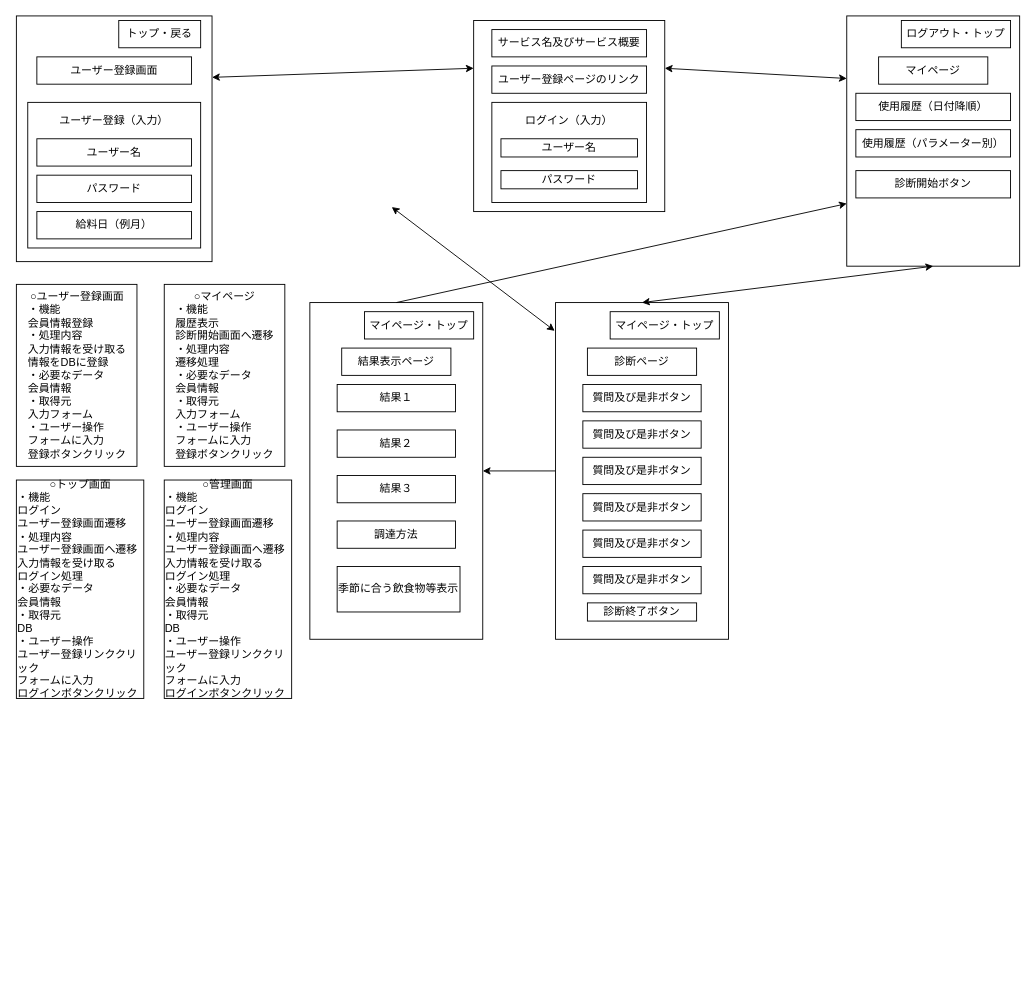
The draw.io diagram page "機能設計と紐付け" (2 of 2) of Untitled Diagram.drawio in da-chi-code/LSpair, before the edit. Source tidied: cells renumbered, new cells numbered last; positions are measured from the earlier drawing's top-left corner, leaving out a move shared by most shapes. Both pictures are drawn from the tidied source at 91%, with x=0, y=0 at pixel (16, 15).
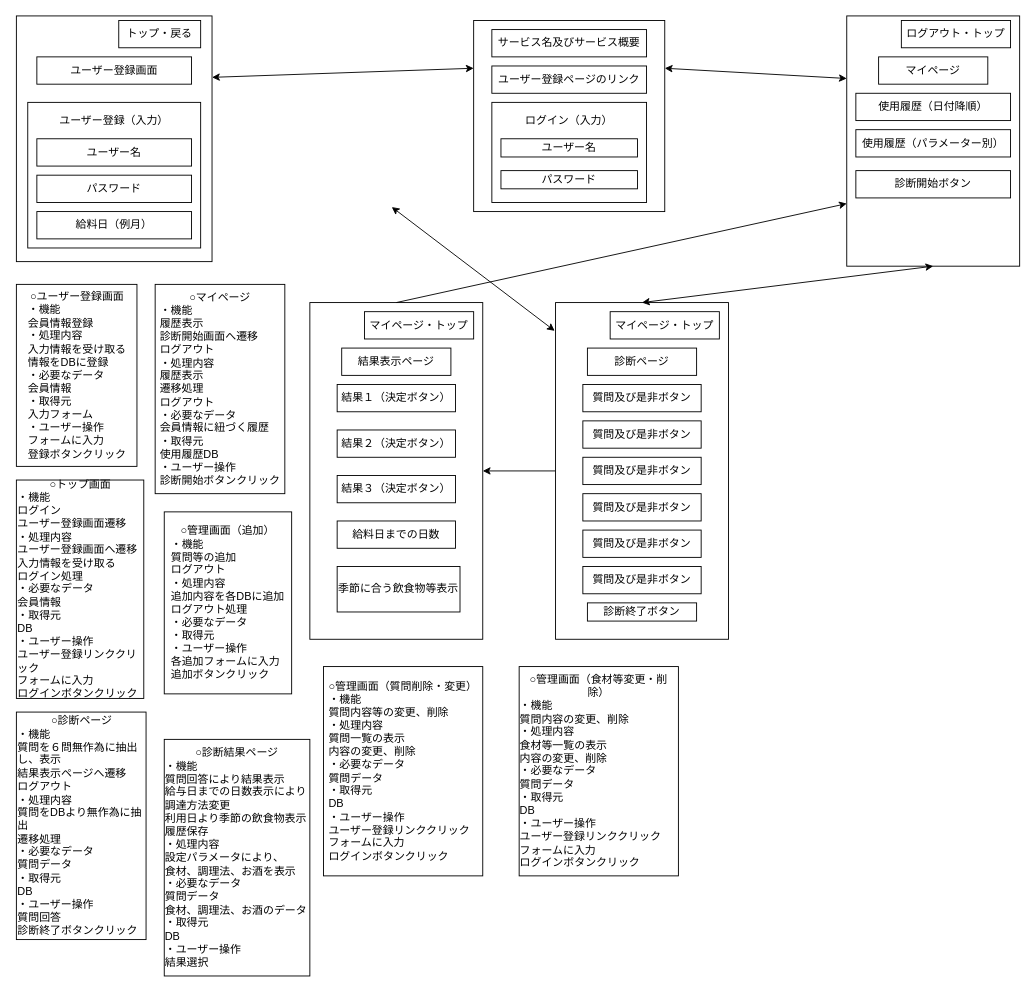
After the change.

Diff of the diagram source:
```diff
@@
-    <mxCell id="41" value="結果１" style="rounded=0;whiteSpace=wrap;html=1;" parent="1" vertex="1">
+    <mxCell id="41" value="結果１（決定ボタン）" style="rounded=0;whiteSpace=wrap;html=1;" parent="1" vertex="1">
       <mxGeometry x="352" y="405" width="130" height="30" as="geometry" />
     </mxCell>
-    <mxCell id="42" value="結果２" style="rounded=0;whiteSpace=wrap;html=1;" parent="1" vertex="1">
+    <mxCell id="42" value="結果２（決定ボタン）" style="rounded=0;whiteSpace=wrap;html=1;" parent="1" vertex="1">
       <mxGeometry x="352" y="455" width="130" height="30" as="geometry" />
     </mxCell>
-    <mxCell id="43" value="結果３" style="rounded=0;whiteSpace=wrap;html=1;" parent="1" vertex="1">
+    <mxCell id="43" value="結果３（決定ボタン）" style="rounded=0;whiteSpace=wrap;html=1;" parent="1" vertex="1">
       <mxGeometry x="352" y="505" width="130" height="30" as="geometry" />
     </mxCell>
-    <mxCell id="44" value="調達方法" style="rounded=0;whiteSpace=wrap;html=1;" parent="1" vertex="1">
+    <mxCell id="44" value="給料日までの日数" style="rounded=0;whiteSpace=wrap;html=1;" parent="1" vertex="1">
       <mxGeometry x="352" y="555" width="130" height="30" as="geometry" />
     </mxCell>
@@
-    <mxCell id="49" value="○マイページ&lt;br&gt;&lt;div style=&quot;text-align: left&quot;&gt;&lt;span&gt;・機能&lt;/span&gt;&lt;/div&gt;&lt;div style=&quot;text-align: left&quot;&gt;履歴表示&lt;/div&gt;&lt;div style=&quot;text-align: left&quot;&gt;診断開始画面へ遷移&lt;/div&gt;&lt;div style=&quot;text-align: left&quot;&gt;&lt;span&gt;・処理内容&lt;/span&gt;&lt;/div&gt;&lt;div style=&quot;text-align: left&quot;&gt;遷移処理&lt;/div&gt;&lt;div style=&quot;text-align: left&quot;&gt;・必要なデータ&lt;/div&gt;&lt;div style=&quot;text-align: left&quot;&gt;会員情報&lt;/div&gt;&lt;div style=&quot;text-align: left&quot;&gt;・取得元&lt;/div&gt;&lt;div style=&quot;text-align: left&quot;&gt;入力フォーム&lt;/div&gt;&lt;div style=&quot;text-align: left&quot;&gt;・ユーザー操作&lt;/div&gt;&lt;div style=&quot;text-align: left&quot;&gt;フォームに入力&lt;/div&gt;&lt;div style=&quot;text-align: left&quot;&gt;登録ボタンクリック&lt;/div&gt;" style="rounded=0;whiteSpace=wrap;html=1;" parent="1" vertex="1">
-      <mxGeometry x="162" y="295" width="132.5" height="200" as="geometry" />
+    <mxCell id="49" value="○マイページ&lt;br&gt;&lt;div style=&quot;text-align: left&quot;&gt;&lt;span&gt;・機能&lt;/span&gt;&lt;/div&gt;&lt;div style=&quot;text-align: left&quot;&gt;履歴表示&lt;/div&gt;&lt;div style=&quot;text-align: left&quot;&gt;診断開始画面へ遷移&lt;/div&gt;&lt;div style=&quot;text-align: left&quot;&gt;ログアウト&lt;/div&gt;&lt;div style=&quot;text-align: left&quot;&gt;&lt;span&gt;・処理内容&lt;/span&gt;&lt;/div&gt;&lt;div style=&quot;text-align: left&quot;&gt;&lt;span&gt;履歴表示&lt;/span&gt;&lt;/div&gt;&lt;div style=&quot;text-align: left&quot;&gt;&lt;span&gt;遷移処理&lt;/span&gt;&lt;/div&gt;&lt;div style=&quot;text-align: left&quot;&gt;&lt;span&gt;ログアウト&lt;/span&gt;&lt;/div&gt;&lt;div style=&quot;text-align: left&quot;&gt;&lt;span&gt;・必要なデータ&lt;/span&gt;&lt;br&gt;&lt;/div&gt;&lt;div style=&quot;text-align: left&quot;&gt;会員情報に紐づく履歴&lt;/div&gt;&lt;div style=&quot;text-align: left&quot;&gt;・取得元&lt;/div&gt;&lt;div style=&quot;text-align: left&quot;&gt;使用履歴DB&lt;/div&gt;&lt;div style=&quot;text-align: left&quot;&gt;・ユーザー操作&lt;/div&gt;&lt;div style=&quot;text-align: left&quot;&gt;診断開始ボタンクリック&lt;/div&gt;" style="rounded=0;whiteSpace=wrap;html=1;" parent="1" vertex="1">
+      <mxGeometry x="152" y="295" width="142.5" height="230" as="geometry" />
     </mxCell>
-    <mxCell id="50" value="○管理画面&lt;br&gt;&lt;div style=&quot;text-align: left&quot;&gt;&lt;span&gt;・機能&lt;/span&gt;&lt;/div&gt;&lt;div style=&quot;text-align: left&quot;&gt;ログイン&lt;/div&gt;&lt;div style=&quot;text-align: left&quot;&gt;ユーザー登録画面遷移&lt;/div&gt;&lt;div style=&quot;text-align: left&quot;&gt;&lt;span&gt;・処理内容&lt;/span&gt;&lt;/div&gt;&lt;div style=&quot;text-align: left&quot;&gt;&lt;span&gt;ユーザー登録画面へ遷移&lt;/span&gt;&lt;/div&gt;&lt;div style=&quot;text-align: left&quot;&gt;&lt;span&gt;入力情報を受け取る&lt;/span&gt;&lt;/div&gt;&lt;div style=&quot;text-align: left&quot;&gt;&lt;span&gt;ログイン処理&lt;/span&gt;&lt;/div&gt;&lt;div style=&quot;text-align: left&quot;&gt;・必要なデータ&lt;/div&gt;&lt;div style=&quot;text-align: left&quot;&gt;会員情報&lt;/div&gt;&lt;div style=&quot;text-align: left&quot;&gt;・取得元&lt;/div&gt;&lt;div style=&quot;text-align: left&quot;&gt;DB&lt;/div&gt;&lt;div style=&quot;text-align: left&quot;&gt;・ユーザー操作&lt;/div&gt;&lt;div style=&quot;text-align: left&quot;&gt;ユーザー登録リンククリック&lt;/div&gt;&lt;div style=&quot;text-align: left&quot;&gt;フォームに入力&lt;/div&gt;&lt;div style=&quot;text-align: left&quot;&gt;ログインボタンクリック&lt;/div&gt;" style="rounded=0;whiteSpace=wrap;html=1;" parent="1" vertex="1">
-      <mxGeometry x="162" y="510" width="140" height="240" as="geometry" />
+    <mxCell id="50" value="○管理画面（追加）&lt;br&gt;&lt;div style=&quot;text-align: left&quot;&gt;&lt;span&gt;・機能&lt;/span&gt;&lt;/div&gt;&lt;div style=&quot;text-align: left&quot;&gt;&lt;span&gt;質問等の追加&lt;/span&gt;&lt;/div&gt;&lt;div style=&quot;text-align: left&quot;&gt;ログアウト&lt;/div&gt;&lt;div style=&quot;text-align: left&quot;&gt;&lt;span&gt;・処理内容&lt;/span&gt;&lt;/div&gt;&lt;div style=&quot;text-align: left&quot;&gt;追加内容を各DBに追加&lt;/div&gt;&lt;div style=&quot;text-align: left&quot;&gt;ログアウト処理&lt;/div&gt;&lt;div style=&quot;text-align: left&quot;&gt;・必要なデータ&lt;/div&gt;&lt;div style=&quot;text-align: left&quot;&gt;・取得元&lt;/div&gt;&lt;div style=&quot;text-align: left&quot;&gt;・ユーザー操作&lt;/div&gt;&lt;div style=&quot;text-align: left&quot;&gt;各追加フォームに入力&lt;/div&gt;&lt;div style=&quot;text-align: left&quot;&gt;追加ボタンクリック&lt;/div&gt;" style="rounded=0;whiteSpace=wrap;html=1;" parent="1" vertex="1">
+      <mxGeometry x="162" y="545" width="140" height="200" as="geometry" />
     </mxCell>
+    <mxCell id="51" value="○診断ページ&lt;br&gt;&lt;div style=&quot;text-align: left&quot;&gt;&lt;span&gt;・機能&lt;/span&gt;&lt;/div&gt;&lt;div style=&quot;text-align: left&quot;&gt;質問を６問無作為に抽出し、表示&lt;/div&gt;&lt;div style=&quot;text-align: left&quot;&gt;結果表示ページへ遷移&lt;/div&gt;&lt;div style=&quot;text-align: left&quot;&gt;ログアウト&lt;/div&gt;&lt;div style=&quot;text-align: left&quot;&gt;&lt;span&gt;・処理内容&lt;/span&gt;&lt;/div&gt;&lt;div style=&quot;text-align: left&quot;&gt;&lt;span&gt;質問をDBより無作為に抽出&lt;/span&gt;&lt;/div&gt;&lt;div style=&quot;text-align: left&quot;&gt;遷移処理&lt;/div&gt;&lt;div style=&quot;text-align: left&quot;&gt;・必要なデータ&lt;/div&gt;&lt;div style=&quot;text-align: left&quot;&gt;質問データ&lt;/div&gt;&lt;div style=&quot;text-align: left&quot;&gt;・取得元&lt;/div&gt;&lt;div style=&quot;text-align: left&quot;&gt;DB&lt;/div&gt;&lt;div style=&quot;text-align: left&quot;&gt;・ユーザー操作&lt;/div&gt;&lt;div style=&quot;text-align: left&quot;&gt;質問回答&lt;/div&gt;&lt;div style=&quot;text-align: left&quot;&gt;診断終了ボタンクリック&lt;/div&gt;" style="rounded=0;whiteSpace=wrap;html=1;" parent="1" vertex="1">
+      <mxGeometry x="-0.5" y="765" width="142.5" height="250" as="geometry" />
+    </mxCell>
+    <mxCell id="52" value="○診断結果ページ&lt;br&gt;&lt;div style=&quot;text-align: left&quot;&gt;&lt;span&gt;・機能&lt;/span&gt;&lt;/div&gt;&lt;div style=&quot;text-align: left&quot;&gt;質問回答により結果表示&lt;/div&gt;&lt;div style=&quot;text-align: left&quot;&gt;給与日までの日数表示により調達方法変更&lt;/div&gt;&lt;div style=&quot;text-align: left&quot;&gt;利用日より季節の飲食物表示&lt;/div&gt;&lt;div style=&quot;text-align: left&quot;&gt;履歴保存&lt;/div&gt;&lt;div style=&quot;text-align: left&quot;&gt;&lt;span&gt;・処理内容&lt;/span&gt;&lt;/div&gt;&lt;div style=&quot;text-align: left&quot;&gt;設定パラメータにより、&lt;/div&gt;&lt;div style=&quot;text-align: left&quot;&gt;食材、調理法、お酒を表示&lt;/div&gt;&lt;div style=&quot;text-align: left&quot;&gt;・必要なデータ&lt;/div&gt;&lt;div style=&quot;text-align: left&quot;&gt;質問データ&lt;/div&gt;&lt;div style=&quot;text-align: left&quot;&gt;食材、調理法、お酒のデータ&lt;/div&gt;&lt;div style=&quot;text-align: left&quot;&gt;・取得元&lt;/div&gt;&lt;div style=&quot;text-align: left&quot;&gt;&lt;span&gt;DB&lt;/span&gt;&lt;/div&gt;&lt;div style=&quot;text-align: left&quot;&gt;&lt;span&gt;・ユーザー操作&lt;/span&gt;&lt;br&gt;&lt;/div&gt;&lt;div style=&quot;text-align: left&quot;&gt;結果選択&lt;/div&gt;" style="rounded=0;whiteSpace=wrap;html=1;" parent="1" vertex="1">
+      <mxGeometry x="162" y="795" width="160" height="260" as="geometry" />
+    </mxCell>
+    <mxCell id="53" value="○管理画面（質問削除・変更）&lt;br&gt;&lt;div style=&quot;text-align: left&quot;&gt;&lt;span&gt;・機能&lt;/span&gt;&lt;/div&gt;&lt;div style=&quot;text-align: left&quot;&gt;&lt;span&gt;質問内容等の変更、削除&lt;/span&gt;&lt;/div&gt;&lt;div style=&quot;text-align: left&quot;&gt;&lt;span&gt;・処理内容&lt;/span&gt;&lt;/div&gt;&lt;div style=&quot;text-align: left&quot;&gt;質問一覧の表示&lt;/div&gt;&lt;div style=&quot;text-align: left&quot;&gt;内容の変更、削除&lt;/div&gt;&lt;div style=&quot;text-align: left&quot;&gt;・必要なデータ&lt;/div&gt;&lt;div style=&quot;text-align: left&quot;&gt;質問データ&lt;/div&gt;&lt;div style=&quot;text-align: left&quot;&gt;・取得元&lt;/div&gt;&lt;div style=&quot;text-align: left&quot;&gt;DB&lt;/div&gt;&lt;div style=&quot;text-align: left&quot;&gt;・ユーザー操作&lt;/div&gt;&lt;div style=&quot;text-align: left&quot;&gt;ユーザー登録リンククリック&lt;/div&gt;&lt;div style=&quot;text-align: left&quot;&gt;フォームに入力&lt;/div&gt;&lt;div style=&quot;text-align: left&quot;&gt;ログインボタンクリック&lt;/div&gt;" style="rounded=0;whiteSpace=wrap;html=1;" parent="1" vertex="1">
+      <mxGeometry x="337" y="715" width="175" height="230" as="geometry" />
+    </mxCell>
+    <mxCell id="54" value="○管理画面（食材等変更・削除）&lt;br&gt;&lt;div style=&quot;text-align: left&quot;&gt;&lt;span&gt;・機能&lt;/span&gt;&lt;/div&gt;&lt;div style=&quot;text-align: left&quot;&gt;&lt;span&gt;質問内容の変更、削除&lt;/span&gt;&lt;/div&gt;&lt;div style=&quot;text-align: left&quot;&gt;&lt;span&gt;・処理内容&lt;/span&gt;&lt;/div&gt;&lt;div style=&quot;text-align: left&quot;&gt;食材等一覧の表示&lt;/div&gt;&lt;div style=&quot;text-align: left&quot;&gt;内容の変更、削除&lt;/div&gt;&lt;div style=&quot;text-align: left&quot;&gt;・必要なデータ&lt;/div&gt;&lt;div style=&quot;text-align: left&quot;&gt;質問データ&lt;/div&gt;&lt;div style=&quot;text-align: left&quot;&gt;・取得元&lt;/div&gt;&lt;div style=&quot;text-align: left&quot;&gt;DB&lt;/div&gt;&lt;div style=&quot;text-align: left&quot;&gt;・ユーザー操作&lt;/div&gt;&lt;div style=&quot;text-align: left&quot;&gt;ユーザー登録リンククリック&lt;/div&gt;&lt;div style=&quot;text-align: left&quot;&gt;フォームに入力&lt;/div&gt;&lt;div style=&quot;text-align: left&quot;&gt;ログインボタンクリック&lt;/div&gt;" style="rounded=0;whiteSpace=wrap;html=1;" parent="1" vertex="1">
+      <mxGeometry x="552" y="715" width="175" height="230" as="geometry" />
+    </mxCell>
```
